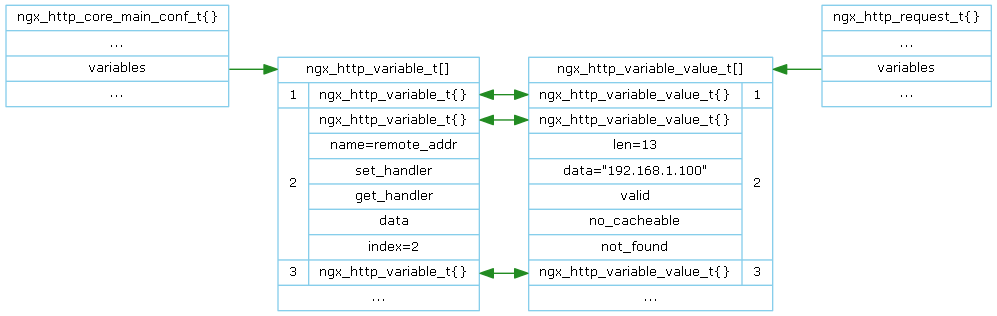
This is doc/Graph/http_variable/http_variable_access.png from lingjf/nginx_analyse, a Graphviz export, as it was before one commit. Its source is kept beside it as doc/Graph/http_variable/http_variable_access.gv. The source it was exported from:
```dot
digraph ngx_http_variable_access {

   rankdir=LR;
   node [shape=record, color=skyblue, fontname="Verdana", fontsize=10];
   edge [color=forestgreen, fontname="Verdana", fontsize=10];


   ngx_http_core_main_conf_t [label="<head>ngx_http_core_main_conf_t\{\}|...|<variables>variables|..."];

   ngx_http_variable_array [label="<head>ngx_http_variable_t\[\]|{1|{<head1>ngx_http_variable_t\{\}}}|{<n2>2|{<head2>ngx_http_variable_t\{\}|name=remote_addr|set_handler|get_handler|data|index=2}}|{3|{<head3>ngx_http_variable_t\{\}}}|..."];
   ngx_http_variable_value_array [label="<head>ngx_http_variable_value_t\[\]|{{<head1>ngx_http_variable_value_t\{\}}|<n1>1}|{{<head2>ngx_http_variable_value_t\{\}|len=13|data=\"192.168.1.100\"|valid|no_cacheable|not_found}|<n2>2}|{{<head3>ngx_http_variable_value_t\{\}}|<n3>3}|..."];

   ngx_http_request_t [label="<head>ngx_http_request_t\{\}|...|<variables>variables|..."];

   ngx_http_core_main_conf_t:variables -> ngx_http_variable_array:head [weight=9];

   ngx_http_variable_array:head1 -> ngx_http_variable_value_array:head1 [dir=both];
   ngx_http_variable_array:head2 -> ngx_http_variable_value_array:head2 [dir=both];
   ngx_http_variable_array:head3 -> ngx_http_variable_value_array:head3 [dir=both];

   ngx_http_variable_value_array:head -> ngx_http_request_t:variables [dir=back];
}
```
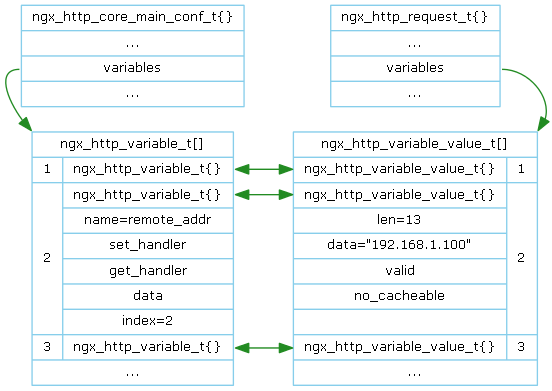
Later version of the same file.

Commit message:
Update documents for variable and scripts

Diff of the diagram source:
```diff
@@ -8,15 +8,19 @@
    ngx_http_core_main_conf_t [label="<head>ngx_http_core_main_conf_t\{\}|...|<variables>variables|..."];
 
    ngx_http_variable_array [label="<head>ngx_http_variable_t\[\]|{1|{<head1>ngx_http_variable_t\{\}}}|{<n2>2|{<head2>ngx_http_variable_t\{\}|name=remote_addr|set_handler|get_handler|data|index=2}}|{3|{<head3>ngx_http_variable_t\{\}}}|..."];
-   ngx_http_variable_value_array [label="<head>ngx_http_variable_value_t\[\]|{{<head1>ngx_http_variable_value_t\{\}}|<n1>1}|{{<head2>ngx_http_variable_value_t\{\}|len=13|data=\"192.168.1.100\"|valid|no_cacheable|not_found}|<n2>2}|{{<head3>ngx_http_variable_value_t\{\}}|<n3>3}|..."];
+   ngx_http_variable_value_array [label="<head>ngx_http_variable_value_t\[\]|{{<head1>ngx_http_variable_value_t\{\}}|<n1>1}|{{<head2>ngx_http_variable_value_t\{\}|len=13|data=\"192.168.1.100\"|valid|no_cacheable|}|<n2>2}|{{<head3>ngx_http_variable_value_t\{\}}|<n3>3}|..."];
 
    ngx_http_request_t [label="<head>ngx_http_request_t\{\}|...|<variables>variables|..."];
 
-   ngx_http_core_main_conf_t:variables -> ngx_http_variable_array:head [weight=9];
+   ngx_http_core_main_conf_t:variables:w -> ngx_http_variable_array:head:nw;
+   ngx_http_request_t:variables:e -> ngx_http_variable_value_array:head:ne;
 
    ngx_http_variable_array:head1 -> ngx_http_variable_value_array:head1 [dir=both];
    ngx_http_variable_array:head2 -> ngx_http_variable_value_array:head2 [dir=both];
    ngx_http_variable_array:head3 -> ngx_http_variable_value_array:head3 [dir=both];
 
-   ngx_http_variable_value_array:head -> ngx_http_request_t:variables [dir=back];
+
+
+   {rank=same; ngx_http_core_main_conf_t; ngx_http_variable_array};
+   {rank=same; ngx_http_variable_value_array; ngx_http_request_t};
 }
```
